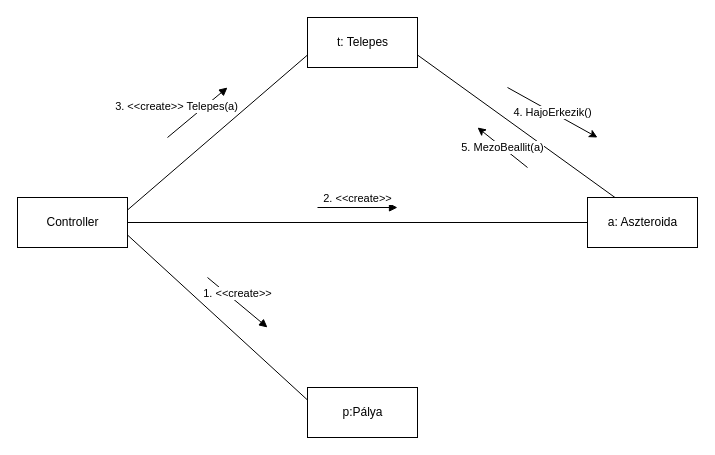
Before: doc/kommunikacio/kom_NapviharTelepes.drawio in torpeBoiGo/aszteroidabanyaszat, a draw.io diagram. Source tidied: cells renumbered, new cells numbered last; positions are measured from the earlier drawing's top-left corner, leaving out a move shared by most shapes. Both pictures are drawn from the tidied source at 100%, with x=0, y=0 at pixel (17, 17).
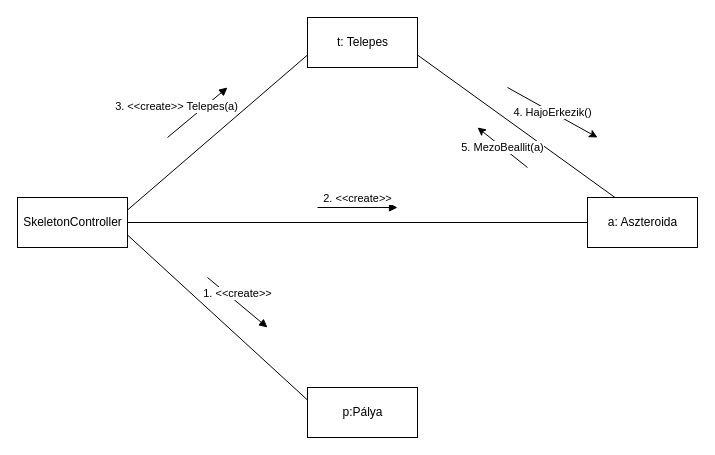
Above is the later version.

The edit, as a diff of the source:
```diff
@@
 <mxGraphModel>
   <root>
     <mxCell id="0" />
     <mxCell id="1" parent="0" />
-    <mxCell id="2" value="Controller" style="html=1;" parent="1" vertex="1">
+    <mxCell id="2" value="SkeletonController" style="html=1;" parent="1" vertex="1">
       <mxGeometry y="180" width="110" height="50" as="geometry" />
     </mxCell>
     <mxCell id="3" value="t: Telepes" style="html=1;" parent="1" vertex="1">
       <mxGeometry x="290" width="110" height="50" as="geometry" />
     </mxCell>
     <mxCell id="4" value="a: Aszteroida" style="html=1;" parent="1" vertex="1">
       <mxGeometry x="570" y="180" width="110" height="50" as="geometry" />
     </mxCell>
     <mxCell id="5" value="p:Pálya" style="html=1;" parent="1" vertex="1">
       <mxGeometry x="290" y="370" width="110" height="50" as="geometry" />
     </mxCell>
     <mxCell id="6" style="endArrow=none;html=1;exitX=1;exitY=0.25;exitDx=0;exitDy=0;entryX=0;entryY=0.75;entryDx=0;entryDy=0;" parent="1" edge="1" source="2" target="3">
       <mxGeometry relative="1" as="geometry" />
     </mxCell>
     <mxCell id="7" style="endArrow=none;html=1;exitX=1;exitY=0.75;exitDx=0;exitDy=0;entryX=0;entryY=0.25;entryDx=0;entryDy=0;" parent="1" edge="1" source="2" target="5">
       <mxGeometry relative="1" as="geometry" />
     </mxCell>
     <mxCell id="8" style="endArrow=none;html=1;exitX=1;exitY=0.5;exitDx=0;exitDy=0;entryX=0;entryY=0.5;entryDx=0;entryDy=0;" parent="1" edge="1" source="2" target="4">
       <mxGeometry relative="1" as="geometry" />
     </mxCell>
     <mxCell id="9" value="3. &amp;lt;&amp;lt;create&amp;gt;&amp;gt; Telepes(a)" style="html=1;verticalAlign=bottom;endArrow=block;" parent="1" edge="1">
       <mxGeometry x="-0.46" y="11" relative="1" as="geometry">
         <mxPoint x="150" y="120" as="sourcePoint" />
         <mxPoint x="210" y="70" as="targetPoint" />
       </mxGeometry>
     </mxCell>
     <mxCell id="10" value="2. &amp;lt;&amp;lt;create&amp;gt;&amp;gt;" style="html=1;verticalAlign=bottom;endArrow=block;" parent="1" edge="1">
       <mxGeometry relative="1" as="geometry">
         <mxPoint x="300" y="190" as="sourcePoint" />
         <mxPoint x="380" y="190" as="targetPoint" />
       </mxGeometry>
     </mxCell>
     <mxCell id="11" value="1. &amp;lt;&amp;lt;create&amp;gt;&amp;gt;" style="html=1;verticalAlign=bottom;endArrow=block;" parent="1" edge="1">
       <mxGeometry relative="1" as="geometry">
         <mxPoint x="190" y="260" as="sourcePoint" />
         <mxPoint x="250" y="310" as="targetPoint" />
       </mxGeometry>
     </mxCell>
     <mxCell id="12" style="endArrow=none;html=1;entryX=1;entryY=0.75;entryDx=0;entryDy=0;exitX=0.25;exitY=0;exitDx=0;exitDy=0;" parent="1" edge="1" source="4" target="3">
       <mxGeometry relative="1" as="geometry" />
     </mxCell>
     <mxCell id="13" value="5. MezoBeallit(a)" style="endArrow=classic;html=1;" parent="1" edge="1">
       <mxGeometry relative="1" as="geometry">
         <mxPoint x="510" y="150" as="sourcePoint" />
         <mxPoint x="460" y="110" as="targetPoint" />
       </mxGeometry>
     </mxCell>
     <mxCell id="14" value="4. HajoErkezik()" style="endArrow=classic;html=1;" parent="1" edge="1">
       <mxGeometry relative="1" as="geometry">
         <mxPoint x="490" y="70" as="sourcePoint" />
         <mxPoint x="580" y="120" as="targetPoint" />
       </mxGeometry>
     </mxCell>
   </root>
 </mxGraphModel>
```
